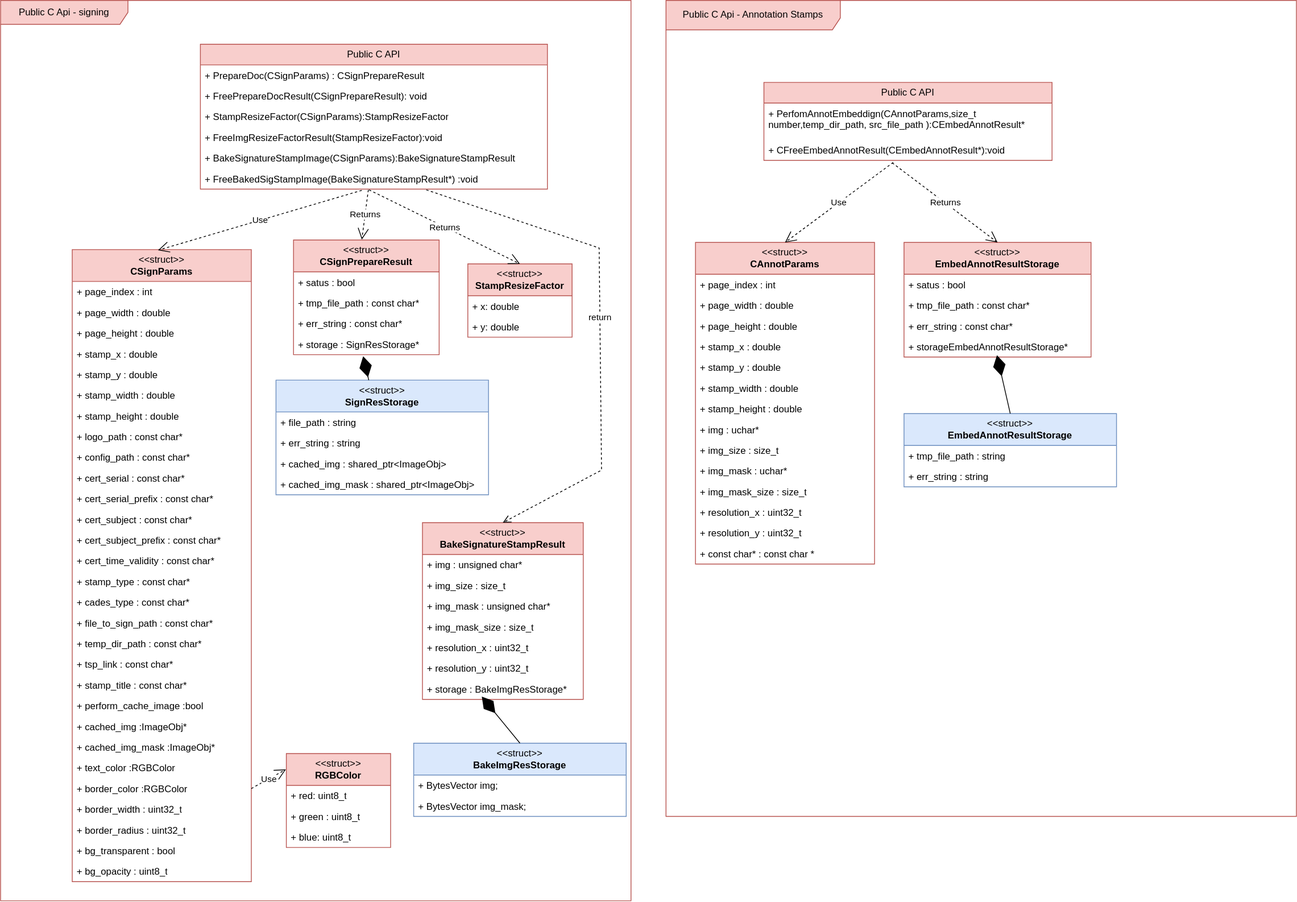
This is docs/public_c_api.drawio.svg from 3036662/pdf_scp, a draw.io export, as it was before one commit. Source tidied: cells renumbered, new cells last; positions are measured from the earlier drawing's top-left corner, leaving out a move shared by most shapes.
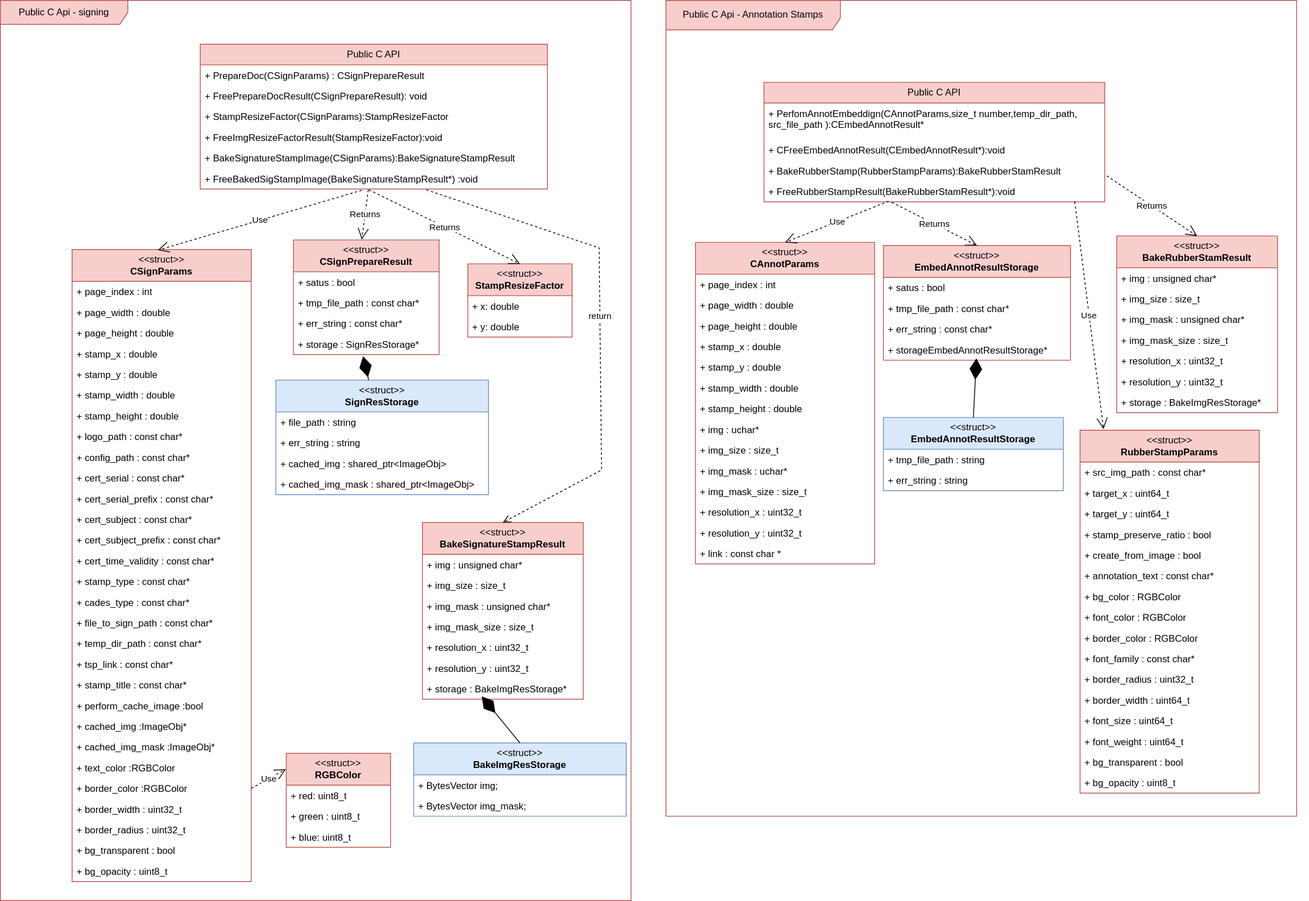
After the commit.

Commit message:
update the UML for the new public API

Change to the diagram source:
```diff
@@ -3,7 +3,7 @@
     <mxCell id="0" />
     <mxCell id="1" parent="0" />
     <mxCell id="2" style="group;" parent="1" vertex="1">
-      <mxGeometry x="836" width="792" height="1025" as="geometry" />
+      <mxGeometry x="836" width="807" height="1025" as="geometry" />
     </mxCell>
     <mxCell id="3" value="&lt;div&gt;&amp;lt;&amp;lt;struct&amp;gt;&amp;gt;&lt;b&gt;&lt;br&gt;&lt;/b&gt;&lt;/div&gt;&lt;div&gt;&lt;b&gt;CAnnotParams&lt;/b&gt;&lt;/div&gt;" style="swimlane;fontStyle=0;horizontal=1;startSize=40;fillColor=#f8cecc;whiteSpace=wrap;html=1;strokeColor=#b85450;" parent="2" vertex="1">
       <mxGeometry x="37" y="304" width="225" height="404" as="geometry" />
@@ -47,11 +47,11 @@
     <mxCell id="16" value="+ resolution_y : uint32_t" style="text;strokeColor=none;fillColor=none;align=left;verticalAlign=top;spacingLeft=4;spacingRight=4;overflow=hidden;whiteSpace=wrap;html=1;" parent="3" vertex="1">
       <mxGeometry y="352" width="225" height="26" as="geometry" />
     </mxCell>
-    <mxCell id="17" value="+ const char* : const char *" style="text;strokeColor=none;fillColor=none;align=left;verticalAlign=top;spacingLeft=4;spacingRight=4;overflow=hidden;whiteSpace=wrap;html=1;" parent="3" vertex="1">
+    <mxCell id="17" value="+ link : const char *" style="text;strokeColor=none;fillColor=none;align=left;verticalAlign=top;spacingLeft=4;spacingRight=4;overflow=hidden;whiteSpace=wrap;html=1;" parent="3" vertex="1">
       <mxGeometry y="378" width="225" height="26" as="geometry" />
     </mxCell>
     <mxCell id="18" value="&lt;div&gt;&amp;lt;&amp;lt;struct&amp;gt;&amp;gt;&lt;b&gt;&lt;br&gt;&lt;/b&gt;&lt;/div&gt;&lt;div&gt;&lt;b&gt;EmbedAnnotResultStorage&lt;/b&gt;&lt;/div&gt;" style="swimlane;fontStyle=0;horizontal=1;startSize=40;fillColor=#f8cecc;whiteSpace=wrap;html=1;strokeColor=#b85450;" parent="2" vertex="1">
-      <mxGeometry x="299" y="304" width="235" height="144" as="geometry" />
+      <mxGeometry x="273" y="308" width="235" height="144" as="geometry" />
     </mxCell>
     <mxCell id="19" value="+ satus : bool" style="text;strokeColor=none;fillColor=none;align=left;verticalAlign=top;spacingLeft=4;spacingRight=4;overflow=hidden;whiteSpace=wrap;html=1;" parent="18" vertex="1">
       <mxGeometry y="40" width="235" height="26" as="geometry" />
@@ -66,35 +66,122 @@
       <mxGeometry y="118" width="235" height="26" as="geometry" />
     </mxCell>
     <mxCell id="23" value="&lt;div&gt;&amp;lt;&amp;lt;struct&amp;gt;&amp;gt;&lt;b&gt;&lt;br&gt;&lt;/b&gt;&lt;/div&gt;&lt;div&gt;&lt;b&gt;EmbedAnnotResultStorage&lt;/b&gt;&lt;/div&gt;" style="swimlane;fontStyle=0;horizontal=1;startSize=40;fillColor=#dae8fc;whiteSpace=wrap;html=1;strokeColor=#6c8ebf;" parent="2" vertex="1">
-      <mxGeometry x="299" y="519" width="267" height="92" as="geometry" />
+      <mxGeometry x="273" y="524" width="226" height="92" as="geometry" />
     </mxCell>
     <mxCell id="24" value="+ tmp_file_path : string" style="text;strokeColor=none;fillColor=none;align=left;verticalAlign=top;spacingLeft=4;spacingRight=4;overflow=hidden;whiteSpace=wrap;html=1;" parent="23" vertex="1">
-      <mxGeometry y="40" width="267" height="26" as="geometry" />
+      <mxGeometry y="40" width="226" height="26" as="geometry" />
     </mxCell>
     <mxCell id="25" value="+ err_string : string" style="text;strokeColor=none;fillColor=none;align=left;verticalAlign=top;spacingLeft=4;spacingRight=4;overflow=hidden;whiteSpace=wrap;html=1;" parent="23" vertex="1">
-      <mxGeometry y="66" width="267" height="26" as="geometry" />
+      <mxGeometry y="66" width="226" height="26" as="geometry" />
     </mxCell>
     <mxCell id="26" style="endArrow=diamondThin;endFill=1;endSize=24;html=1;rounded=0;entryX=0.497;entryY=0.912;entryDx=0;entryDy=0;entryPerimeter=0;exitX=0.5;exitY=0;exitDx=0;exitDy=0;" parent="2" edge="1" source="23" target="22">
       <mxGeometry relative="1" as="geometry" />
     </mxCell>
     <mxCell id="27" value="Public C API" style="swimlane;fontStyle=0;horizontal=1;startSize=26;fillColor=#f8cecc;whiteSpace=wrap;html=1;strokeColor=#b85450;" parent="2" vertex="1">
-      <mxGeometry x="123" y="103" width="362" height="98" as="geometry" />
+      <mxGeometry x="123" y="103" width="428" height="150" as="geometry" />
     </mxCell>
     <mxCell id="28" value="+ PerfomAnnotEmbeddign(CAnnotParams,size_t number,temp_dir_path, src_file_path ):CEmbedAnnotResult*" style="text;strokeColor=none;fillColor=none;align=left;verticalAlign=top;spacingLeft=4;spacingRight=4;overflow=hidden;whiteSpace=wrap;html=1;" parent="27" vertex="1">
-      <mxGeometry y="26" width="362" height="46" as="geometry" />
+      <mxGeometry y="26" width="428" height="46" as="geometry" />
     </mxCell>
     <mxCell id="29" value="+ CFreeEmbedAnnotResult(CEmbedAnnotResult*):void" style="text;strokeColor=none;fillColor=none;align=left;verticalAlign=top;spacingLeft=4;spacingRight=4;overflow=hidden;points=[[0,0.5],[1,0.5]];portConstraint=eastwest;whiteSpace=wrap;html=1;" parent="27" vertex="1">
-      <mxGeometry y="72" width="362" height="26" as="geometry" />
+      <mxGeometry y="72" width="428" height="26" as="geometry" />
     </mxCell>
+    <mxCell id="106" value="+ BakeRubberStamp(RubberStampParams):BakeRubberStamResult" style="text;strokeColor=none;fillColor=none;align=left;verticalAlign=top;spacingLeft=4;spacingRight=4;overflow=hidden;points=[[0,0.5],[1,0.5]];portConstraint=eastwest;whiteSpace=wrap;html=1;" parent="27" vertex="1">
+      <mxGeometry y="98" width="428" height="26" as="geometry" />
+    </mxCell>
+    <mxCell id="107" value="+ FreeRubberStampResult(BakeRubberStamResult*):void" style="text;strokeColor=none;fillColor=none;align=left;verticalAlign=top;spacingLeft=4;spacingRight=4;overflow=hidden;points=[[0,0.5],[1,0.5]];portConstraint=eastwest;whiteSpace=wrap;html=1;" parent="27" vertex="1">
+      <mxGeometry y="124" width="428" height="26" as="geometry" />
+    </mxCell>
-    <mxCell id="30" value="Returns" style="endArrow=open;endSize=12;dashed=1;html=1;rounded=0;exitX=0.445;exitY=1.115;exitDx=0;exitDy=0;exitPerimeter=0;entryX=0.5;entryY=0;entryDx=0;entryDy=0;" parent="2" edge="1" source="29" target="18">
+    <mxCell id="30" value="Returns" style="endArrow=open;endSize=12;dashed=1;html=1;rounded=0;entryX=0.5;entryY=0;entryDx=0;entryDy=0;exitX=0.375;exitY=1.027;exitDx=0;exitDy=0;exitPerimeter=0;" parent="2" edge="1" source="107" target="18">
       <mxGeometry relative="1" as="geometry" />
     </mxCell>
-    <mxCell id="31" value="Use" style="endArrow=open;endSize=12;dashed=1;html=1;rounded=0;exitX=0.449;exitY=1.096;exitDx=0;exitDy=0;exitPerimeter=0;entryX=0.5;entryY=0;entryDx=0;entryDy=0;" parent="2" edge="1" source="29" target="3">
+    <mxCell id="31" value="Use" style="endArrow=open;endSize=12;dashed=1;html=1;rounded=0;entryX=0.5;entryY=0;entryDx=0;entryDy=0;exitX=0.366;exitY=0.973;exitDx=0;exitDy=0;exitPerimeter=0;" parent="2" edge="1" source="107" target="3">
       <mxGeometry relative="1" as="geometry" />
     </mxCell>
     <mxCell id="32" value="Public C Api - Annotation Stamps" style="shape=umlFrame;whiteSpace=wrap;html=1;width=219;fillColor=#f8cecc;strokeColor=#b85450;height=37;" parent="2" vertex="1">
       <mxGeometry width="792" height="1025" as="geometry" />
     </mxCell>
+    <mxCell id="108" value="&lt;div&gt;&amp;lt;&amp;lt;struct&amp;gt;&amp;gt;&lt;b&gt;&lt;br&gt;&lt;/b&gt;&lt;/div&gt;&lt;div&gt;&lt;b&gt;RubberStampParams&lt;/b&gt;&lt;/div&gt;" style="swimlane;fontStyle=0;horizontal=1;startSize=40;fillColor=#f8cecc;whiteSpace=wrap;html=1;strokeColor=#b85450;" parent="2" vertex="1">
+      <mxGeometry x="520" y="540" width="225" height="456" as="geometry" />
+    </mxCell>
+    <mxCell id="109" value="+ src_img_path : const char*" style="text;strokeColor=none;fillColor=none;align=left;verticalAlign=top;spacingLeft=4;spacingRight=4;overflow=hidden;whiteSpace=wrap;html=1;" parent="108" vertex="1">
+      <mxGeometry y="40" width="225" height="26" as="geometry" />
+    </mxCell>
+    <mxCell id="110" value="+ target_x : uint64_t" style="text;strokeColor=none;fillColor=none;align=left;verticalAlign=top;spacingLeft=4;spacingRight=4;overflow=hidden;whiteSpace=wrap;html=1;" parent="108" vertex="1">
+      <mxGeometry y="66" width="225" height="26" as="geometry" />
+    </mxCell>
+    <mxCell id="111" value="+ target_y : uint64_t" style="text;strokeColor=none;fillColor=none;align=left;verticalAlign=top;spacingLeft=4;spacingRight=4;overflow=hidden;whiteSpace=wrap;html=1;" parent="108" vertex="1">
+      <mxGeometry y="92" width="225" height="26" as="geometry" />
+    </mxCell>
+    <mxCell id="112" value="+ stamp_preserve_ratio : bool" style="text;strokeColor=none;fillColor=none;align=left;verticalAlign=top;spacingLeft=4;spacingRight=4;overflow=hidden;whiteSpace=wrap;html=1;" parent="108" vertex="1">
+      <mxGeometry y="118" width="225" height="26" as="geometry" />
+    </mxCell>
+    <mxCell id="113" value="+ create_from_image : bool" style="text;strokeColor=none;fillColor=none;align=left;verticalAlign=top;spacingLeft=4;spacingRight=4;overflow=hidden;whiteSpace=wrap;html=1;" parent="108" vertex="1">
+      <mxGeometry y="144" width="225" height="26" as="geometry" />
+    </mxCell>
+    <mxCell id="114" value="+ annotation_text : const char*" style="text;strokeColor=none;fillColor=none;align=left;verticalAlign=top;spacingLeft=4;spacingRight=4;overflow=hidden;whiteSpace=wrap;html=1;" parent="108" vertex="1">
+      <mxGeometry y="170" width="225" height="26" as="geometry" />
+    </mxCell>
+    <mxCell id="115" value="+ bg_color : RGBColor" style="text;strokeColor=none;fillColor=none;align=left;verticalAlign=top;spacingLeft=4;spacingRight=4;overflow=hidden;whiteSpace=wrap;html=1;" parent="108" vertex="1">
+      <mxGeometry y="196" width="225" height="26" as="geometry" />
+    </mxCell>
+    <mxCell id="116" value="+ font_color : RGBColor" style="text;strokeColor=none;fillColor=none;align=left;verticalAlign=top;spacingLeft=4;spacingRight=4;overflow=hidden;whiteSpace=wrap;html=1;" parent="108" vertex="1">
+      <mxGeometry y="222" width="225" height="26" as="geometry" />
+    </mxCell>
+    <mxCell id="117" value="+ border_color : RGBColor" style="text;strokeColor=none;fillColor=none;align=left;verticalAlign=top;spacingLeft=4;spacingRight=4;overflow=hidden;whiteSpace=wrap;html=1;" parent="108" vertex="1">
+      <mxGeometry y="248" width="225" height="26" as="geometry" />
+    </mxCell>
+    <mxCell id="118" value="+ font_family : const char*" style="text;strokeColor=none;fillColor=none;align=left;verticalAlign=top;spacingLeft=4;spacingRight=4;overflow=hidden;whiteSpace=wrap;html=1;" parent="108" vertex="1">
+      <mxGeometry y="274" width="225" height="26" as="geometry" />
+    </mxCell>
+    <mxCell id="119" value="+ border_radius : uint32_t" style="text;strokeColor=none;fillColor=none;align=left;verticalAlign=top;spacingLeft=4;spacingRight=4;overflow=hidden;whiteSpace=wrap;html=1;" parent="108" vertex="1">
+      <mxGeometry y="300" width="225" height="26" as="geometry" />
+    </mxCell>
+    <mxCell id="120" value="+ border_width : uint64_t" style="text;strokeColor=none;fillColor=none;align=left;verticalAlign=top;spacingLeft=4;spacingRight=4;overflow=hidden;whiteSpace=wrap;html=1;" parent="108" vertex="1">
+      <mxGeometry y="326" width="225" height="26" as="geometry" />
+    </mxCell>
+    <mxCell id="121" value="+ font_size : uint64_t" style="text;strokeColor=none;fillColor=none;align=left;verticalAlign=top;spacingLeft=4;spacingRight=4;overflow=hidden;whiteSpace=wrap;html=1;" parent="108" vertex="1">
+      <mxGeometry y="352" width="225" height="26" as="geometry" />
+    </mxCell>
+    <mxCell id="122" value="+ font_weight : uint64_t" style="text;strokeColor=none;fillColor=none;align=left;verticalAlign=top;spacingLeft=4;spacingRight=4;overflow=hidden;whiteSpace=wrap;html=1;" parent="108" vertex="1">
+      <mxGeometry y="378" width="225" height="26" as="geometry" />
+    </mxCell>
+    <mxCell id="123" value="+ bg_transparent : bool" style="text;strokeColor=none;fillColor=none;align=left;verticalAlign=top;spacingLeft=4;spacingRight=4;overflow=hidden;whiteSpace=wrap;html=1;" parent="108" vertex="1">
+      <mxGeometry y="404" width="225" height="26" as="geometry" />
+    </mxCell>
+    <mxCell id="124" value="+ bg_opacity : uint8_t" style="text;strokeColor=none;fillColor=none;align=left;verticalAlign=top;spacingLeft=4;spacingRight=4;overflow=hidden;whiteSpace=wrap;html=1;" parent="108" vertex="1">
+      <mxGeometry y="430" width="225" height="26" as="geometry" />
+    </mxCell>
+    <mxCell id="125" value="&lt;div&gt;&amp;lt;&amp;lt;struct&amp;gt;&amp;gt;&lt;b&gt;&lt;br&gt;&lt;/b&gt;&lt;/div&gt;&lt;div&gt;&lt;b&gt;BakeRubberStamResult&lt;/b&gt;&lt;/div&gt;" style="swimlane;fontStyle=0;horizontal=1;startSize=40;fillColor=#f8cecc;whiteSpace=wrap;html=1;strokeColor=#b85450;" parent="2" vertex="1">
+      <mxGeometry x="566" y="296" width="202" height="222" as="geometry" />
+    </mxCell>
+    <mxCell id="126" value="+ img : unsigned char* " style="text;strokeColor=none;fillColor=none;align=left;verticalAlign=top;spacingLeft=4;spacingRight=4;overflow=hidden;whiteSpace=wrap;html=1;" parent="125" vertex="1">
+      <mxGeometry y="40" width="202" height="26" as="geometry" />
+    </mxCell>
+    <mxCell id="127" value="+ img_size : size_t" style="text;strokeColor=none;fillColor=none;align=left;verticalAlign=top;spacingLeft=4;spacingRight=4;overflow=hidden;whiteSpace=wrap;html=1;" parent="125" vertex="1">
+      <mxGeometry y="66" width="202" height="26" as="geometry" />
+    </mxCell>
+    <mxCell id="128" value="+ img_mask : unsigned char* " style="text;strokeColor=none;fillColor=none;align=left;verticalAlign=top;spacingLeft=4;spacingRight=4;overflow=hidden;whiteSpace=wrap;html=1;" parent="125" vertex="1">
+      <mxGeometry y="92" width="202" height="26" as="geometry" />
+    </mxCell>
+    <mxCell id="129" value="+ img_mask_size : size_t" style="text;strokeColor=none;fillColor=none;align=left;verticalAlign=top;spacingLeft=4;spacingRight=4;overflow=hidden;whiteSpace=wrap;html=1;" parent="125" vertex="1">
+      <mxGeometry y="118" width="202" height="26" as="geometry" />
+    </mxCell>
+    <mxCell id="130" value="+ resolution_x : uint32_t" style="text;strokeColor=none;fillColor=none;align=left;verticalAlign=top;spacingLeft=4;spacingRight=4;overflow=hidden;whiteSpace=wrap;html=1;" parent="125" vertex="1">
+      <mxGeometry y="144" width="202" height="26" as="geometry" />
+    </mxCell>
+    <mxCell id="131" value="+ resolution_y : uint32_t" style="text;strokeColor=none;fillColor=none;align=left;verticalAlign=top;spacingLeft=4;spacingRight=4;overflow=hidden;whiteSpace=wrap;html=1;" parent="125" vertex="1">
+      <mxGeometry y="170" width="202" height="26" as="geometry" />
+    </mxCell>
+    <mxCell id="132" value="+ storage : BakeImgResStorage*" style="text;strokeColor=none;fillColor=none;align=left;verticalAlign=top;spacingLeft=4;spacingRight=4;overflow=hidden;whiteSpace=wrap;html=1;" parent="125" vertex="1">
+      <mxGeometry y="196" width="202" height="26" as="geometry" />
+    </mxCell>
+    <mxCell id="133" value="Use" style="endArrow=open;endSize=12;dashed=1;html=1;rounded=0;exitX=0.912;exitY=1;exitDx=0;exitDy=0;exitPerimeter=0;entryX=0.131;entryY=-0.003;entryDx=0;entryDy=0;entryPerimeter=0;" parent="2" edge="1" source="107" target="108">
+      <mxGeometry relative="1" as="geometry" />
+    </mxCell>
+    <mxCell id="134" value="Returns" style="endArrow=open;endSize=12;dashed=1;html=1;rounded=0;entryX=0.5;entryY=0;entryDx=0;entryDy=0;exitX=1.006;exitY=0.75;exitDx=0;exitDy=0;exitPerimeter=0;" parent="2" edge="1" source="106" target="125">
+      <mxGeometry relative="1" as="geometry" />
+    </mxCell>
     <mxCell id="33" value="Public C Api - signing" style="shape=umlFrame;whiteSpace=wrap;html=1;width=160;fillColor=#f8cecc;strokeColor=#b85450;" parent="1" vertex="1">
       <mxGeometry width="792" height="1131" as="geometry" />
     </mxCell>
```
